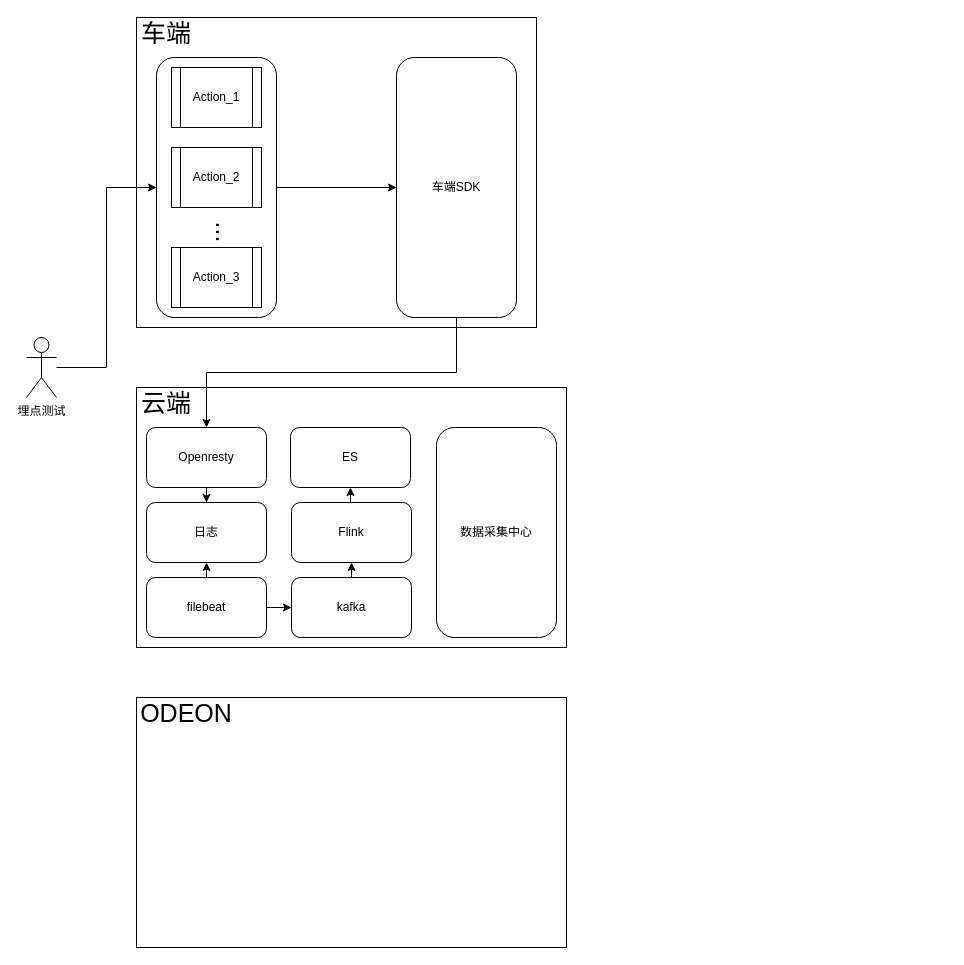
shaozc3g/draw_io keeps this draw.io diagram as 新版测试方案0-现状流程图.drawio. Above is the earlier version. Source tidied: cells renumbered, new cells numbered last; positions are measured from the earlier drawing's top-left corner, leaving out a move shared by most shapes. Both pictures are drawn from the tidied source at 100%, with x=0, y=0 at pixel (26, 17).
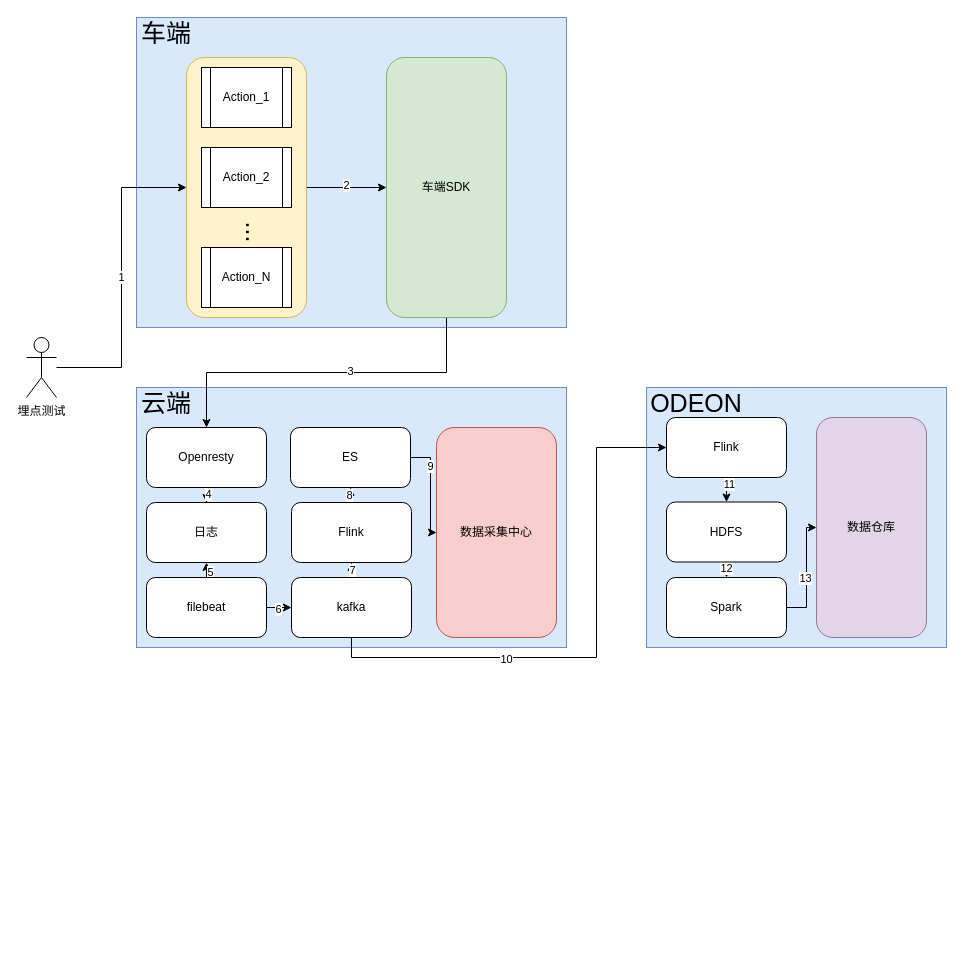
The same diagram, later.

Commit message (it also covers changes not shown here):
更新新版测试方案0-现状流程图.drawio

Unchanged cells that the change refers to:
```xml
<mxCell id="2" value="埋点测试" style="shape=umlActor;verticalLabelPosition=bottom;verticalAlign=top;html=1;outlineConnect=0;" parent="1" vertex="1">
  <mxGeometry y="320" width="30" height="60" as="geometry" />
</mxCell>
<mxCell id="7" style="edgeStyle=orthogonalEdgeStyle;rounded=0;jettySize=auto;html=1;exitX=1;exitY=0.5;exitDx=0;exitDy=0;entryX=0;entryY=0.5;entryDx=0;entryDy=0;" parent="1" edge="1" source="8" target="15">
  <mxGeometry relative="1" as="geometry" />
</mxCell>
<mxCell id="14" style="edgeStyle=orthogonalEdgeStyle;rounded=0;jettySize=auto;html=1;exitX=0.5;exitY=1;exitDx=0;exitDy=0;entryX=0.5;entryY=0;entryDx=0;entryDy=0;" parent="1" edge="1" source="15" target="17">
  <mxGeometry relative="1" as="geometry" />
</mxCell>
<mxCell id="16" style="edgeStyle=orthogonalEdgeStyle;rounded=0;jettySize=auto;html=1;exitX=0.5;exitY=1;exitDx=0;exitDy=0;" parent="1" edge="1" source="17" target="18">
  <mxGeometry relative="1" as="geometry" />
</mxCell>
<mxCell id="19" style="edgeStyle=orthogonalEdgeStyle;rounded=0;jettySize=auto;html=1;exitX=0.5;exitY=0;exitDx=0;exitDy=0;entryX=0.5;entryY=1;entryDx=0;entryDy=0;" parent="1" edge="1" source="21" target="18">
  <mxGeometry relative="1" as="geometry" />
</mxCell>
<mxCell id="20" style="edgeStyle=orthogonalEdgeStyle;rounded=0;jettySize=auto;html=1;exitX=1;exitY=0.5;exitDx=0;exitDy=0;entryX=0;entryY=0.5;entryDx=0;entryDy=0;" parent="1" edge="1" source="21" target="23">
  <mxGeometry relative="1" as="geometry" />
</mxCell>
<mxCell id="22" style="edgeStyle=orthogonalEdgeStyle;rounded=0;jettySize=auto;html=1;exitX=0.5;exitY=0;exitDx=0;exitDy=0;entryX=0.5;entryY=1;entryDx=0;entryDy=0;" parent="1" edge="1" source="23" target="25">
  <mxGeometry relative="1" as="geometry" />
</mxCell>
<mxCell id="23" value="kafka" style="rounded=1;whiteSpace=wrap;html=1;" parent="1" vertex="1">
  <mxGeometry x="265" y="560" width="120" height="60" as="geometry" />
</mxCell>
<mxCell id="24" style="edgeStyle=orthogonalEdgeStyle;rounded=0;jettySize=auto;html=1;exitX=0.5;exitY=0;exitDx=0;exitDy=0;entryX=0.5;entryY=1;entryDx=0;entryDy=0;" parent="1" edge="1" source="25" target="26">
  <mxGeometry relative="1" as="geometry" />
</mxCell>
<mxCell id="26" value="ES" style="rounded=1;whiteSpace=wrap;html=1;" parent="1" vertex="1">
  <mxGeometry x="264" y="410" width="120" height="60" as="geometry" />
</mxCell>
```

Change to the diagram source:
```diff
@@
-    <mxCell id="3" style="rounded=0;whiteSpace=wrap;html=1;" parent="1" vertex="1">
-      <mxGeometry x="110" width="400" height="310" as="geometry" />
+    <mxCell id="3" style="rounded=0;whiteSpace=wrap;html=1;fillColor=#dae8fc;strokeColor=#6c8ebf;" parent="1" vertex="1">
+      <mxGeometry x="110" width="430" height="310" as="geometry" />
     </mxCell>
-    <mxCell id="4" style="rounded=0;whiteSpace=wrap;html=1;" parent="1" vertex="1">
+    <mxCell id="4" style="rounded=0;whiteSpace=wrap;html=1;fillColor=#dae8fc;strokeColor=#6c8ebf;" parent="1" vertex="1">
       <mxGeometry x="110" y="370" width="430" height="260" as="geometry" />
     </mxCell>
@@
+    <mxCell id="30" value="2" style="edgeLabel;html=1;align=center;verticalAlign=middle;" parent="7" vertex="1">
+      <mxGeometry x="-0.02" y="3" relative="1" as="geometry" />
+    </mxCell>
-    <mxCell id="8" style="rounded=1;whiteSpace=wrap;html=1;" parent="1" vertex="1">
-      <mxGeometry x="130" y="40" width="120" height="260" as="geometry" />
+    <mxCell id="8" style="rounded=1;whiteSpace=wrap;html=1;fillColor=#fff2cc;strokeColor=#d6b656;" parent="1" vertex="1">
+      <mxGeometry x="160" y="40" width="120" height="260" as="geometry" />
     </mxCell>
-    <mxCell id="9" style="edgeStyle=orthogonalEdgeStyle;rounded=0;jettySize=auto;html=1;entryX=0;entryY=0.5;entryDx=0;entryDy=0;" parent="1" edge="1" source="2" target="8">
+    <mxCell id="9" value="1" style="edgeStyle=orthogonalEdgeStyle;rounded=0;jettySize=auto;html=1;entryX=0;entryY=0.5;entryDx=0;entryDy=0;" parent="1" edge="1" source="2" target="8">
       <mxGeometry relative="1" as="geometry" />
     </mxCell>
     <mxCell id="10" value="Action_1" style="shape=process;whiteSpace=wrap;html=1;backgroundOutline=1;" parent="1" vertex="1">
-      <mxGeometry x="145" y="50" width="90" height="60" as="geometry" />
+      <mxGeometry x="175" y="50" width="90" height="60" as="geometry" />
     </mxCell>
     <mxCell id="11" value="Action_2" style="shape=process;whiteSpace=wrap;html=1;backgroundOutline=1;" parent="1" vertex="1">
-      <mxGeometry x="145" y="130" width="90" height="60" as="geometry" />
+      <mxGeometry x="175" y="130" width="90" height="60" as="geometry" />
     </mxCell>
-    <mxCell id="12" value="Action_3" style="shape=process;whiteSpace=wrap;html=1;backgroundOutline=1;" parent="1" vertex="1">
-      <mxGeometry x="145" y="230" width="90" height="60" as="geometry" />
+    <mxCell id="12" value="Action_N" style="shape=process;whiteSpace=wrap;html=1;backgroundOutline=1;" parent="1" vertex="1">
+      <mxGeometry x="175" y="230" width="90" height="60" as="geometry" />
     </mxCell>
     <mxCell id="13" value="..." style="text;html=1;align=center;verticalAlign=middle;whiteSpace=wrap;rounded=0;rotation=90;fontSize=25;" parent="1" vertex="1">
-      <mxGeometry x="170" y="200" width="60" height="30" as="geometry" />
+      <mxGeometry x="200" y="200" width="60" height="30" as="geometry" />
     </mxCell>
@@
+    <mxCell id="31" value="3" style="edgeLabel;html=1;align=center;verticalAlign=middle;" parent="14" vertex="1">
+      <mxGeometry x="-0.13" y="-2" relative="1" as="geometry" />
+    </mxCell>
-    <mxCell id="15" value="车端SDK" style="rounded=1;whiteSpace=wrap;html=1;" parent="1" vertex="1">
-      <mxGeometry x="370" y="40" width="120" height="260" as="geometry" />
+    <mxCell id="15" value="车端SDK" style="rounded=1;whiteSpace=wrap;html=1;fillColor=#d5e8d4;strokeColor=#82b366;" parent="1" vertex="1">
+      <mxGeometry x="360" y="40" width="120" height="260" as="geometry" />
     </mxCell>
@@
+    <mxCell id="32" value="4" style="edgeLabel;html=1;align=center;verticalAlign=middle;" parent="16" vertex="1">
+      <mxGeometry x="0.72" y="1" relative="1" as="geometry" />
+    </mxCell>
@@
+    <mxCell id="33" value="5" style="edgeLabel;html=1;align=center;verticalAlign=middle;" parent="19" vertex="1">
+      <mxGeometry x="-0.2" y="-3" relative="1" as="geometry" />
+    </mxCell>
@@
+    <mxCell id="34" value="6" style="edgeLabel;html=1;align=center;verticalAlign=middle;" parent="20" vertex="1">
+      <mxGeometry x="-0.12" y="-1" relative="1" as="geometry" />
+    </mxCell>
@@
+    <mxCell id="35" value="7" style="edgeLabel;html=1;align=center;verticalAlign=middle;" parent="22" vertex="1">
+      <mxGeometry x="0.07" relative="1" as="geometry" />
+    </mxCell>
@@
+    <mxCell id="36" value="8" style="edgeLabel;html=1;align=center;verticalAlign=middle;" parent="24" vertex="1">
+      <mxGeometry x="0.12" y="2" relative="1" as="geometry" />
+    </mxCell>
@@
+    <mxCell id="37" style="edgeStyle=orthogonalEdgeStyle;rounded=0;jettySize=auto;html=1;exitX=1;exitY=0.5;exitDx=0;exitDy=0;entryX=0;entryY=0.5;entryDx=0;entryDy=0;" parent="1" edge="1" source="26" target="27">
+      <mxGeometry relative="1" as="geometry">
+        <Array as="points">
+          <mxPoint x="404" y="440" />
+          <mxPoint x="404" y="515" />
+        </Array>
+      </mxGeometry>
+    </mxCell>
+    <mxCell id="38" value="9" style="edgeLabel;html=1;align=center;verticalAlign=middle;" parent="37" vertex="1">
+      <mxGeometry x="-0.45" y="-1" relative="1" as="geometry" />
+    </mxCell>
@@
-    <mxCell id="27" value="数据采集中心" style="rounded=1;whiteSpace=wrap;html=1;" parent="1" vertex="1">
+    <mxCell id="27" value="数据采集中心" style="rounded=1;whiteSpace=wrap;html=1;fillColor=#f8cecc;strokeColor=#b85450;" parent="1" vertex="1">
       <mxGeometry x="410" y="410" width="120" height="210" as="geometry" />
     </mxCell>
-    <mxCell id="28" style="rounded=0;whiteSpace=wrap;html=1;" parent="1" vertex="1">
-      <mxGeometry x="110" y="680" width="430" height="250" as="geometry" />
+    <mxCell id="28" style="rounded=0;whiteSpace=wrap;html=1;fillColor=#dae8fc;strokeColor=#6c8ebf;" parent="1" vertex="1">
+      <mxGeometry x="620" y="370" width="300" height="260" as="geometry" />
     </mxCell>
     <mxCell id="29" value="ODEON" style="text;html=1;align=center;verticalAlign=middle;whiteSpace=wrap;rounded=0;fontSize=25;" parent="1" vertex="1">
-      <mxGeometry x="130" y="680" width="60" height="30" as="geometry" />
+      <mxGeometry x="640" y="370" width="60" height="30" as="geometry" />
     </mxCell>
+    <mxCell id="39" style="edgeStyle=orthogonalEdgeStyle;rounded=0;jettySize=auto;html=1;exitX=0.5;exitY=1;exitDx=0;exitDy=0;entryX=0.5;entryY=0;entryDx=0;entryDy=0;" parent="1" edge="1" source="41" target="46">
+      <mxGeometry relative="1" as="geometry" />
+    </mxCell>
+    <mxCell id="40" value="11" style="edgeLabel;html=1;align=center;verticalAlign=middle;" parent="39" vertex="1">
+      <mxGeometry x="-0.51" y="2" relative="1" as="geometry" />
+    </mxCell>
+    <mxCell id="41" value="Flink" style="rounded=1;whiteSpace=wrap;html=1;" parent="1" vertex="1">
+      <mxGeometry x="640" y="400" width="120" height="60" as="geometry" />
+    </mxCell>
+    <mxCell id="42" style="edgeStyle=orthogonalEdgeStyle;rounded=0;jettySize=auto;html=1;exitX=0.5;exitY=1;exitDx=0;exitDy=0;entryX=0;entryY=0.5;entryDx=0;entryDy=0;" parent="1" edge="1" source="23" target="41">
+      <mxGeometry relative="1" as="geometry">
+        <Array as="points">
+          <mxPoint x="325" y="640" />
+          <mxPoint x="570" y="640" />
+          <mxPoint x="570" y="430" />
+        </Array>
+      </mxGeometry>
+    </mxCell>
+    <mxCell id="43" value="10" style="edgeLabel;html=1;align=center;verticalAlign=middle;" parent="42" vertex="1">
+      <mxGeometry x="-0.36" y="-1" relative="1" as="geometry" />
+    </mxCell>
+    <mxCell id="44" style="edgeStyle=orthogonalEdgeStyle;rounded=0;jettySize=auto;html=1;exitX=0.5;exitY=1;exitDx=0;exitDy=0;entryX=0.5;entryY=0;entryDx=0;entryDy=0;" parent="1" edge="1" source="46" target="49">
+      <mxGeometry relative="1" as="geometry" />
+    </mxCell>
+    <mxCell id="45" value="12" style="edgeLabel;html=1;align=center;verticalAlign=middle;" parent="44" vertex="1">
+      <mxGeometry x="-0.29" y="-1" relative="1" as="geometry" />
+    </mxCell>
+    <mxCell id="46" value="HDFS" style="rounded=1;whiteSpace=wrap;html=1;" parent="1" vertex="1">
+      <mxGeometry x="640" y="484.5" width="120" height="60" as="geometry" />
+    </mxCell>
+    <mxCell id="47" style="edgeStyle=orthogonalEdgeStyle;rounded=0;jettySize=auto;html=1;exitX=1;exitY=0.5;exitDx=0;exitDy=0;entryX=0;entryY=0.5;entryDx=0;entryDy=0;" parent="1" edge="1" source="49" target="50">
+      <mxGeometry relative="1" as="geometry">
+        <Array as="points">
+          <mxPoint x="780" y="590" />
+          <mxPoint x="780" y="510" />
+        </Array>
+      </mxGeometry>
+    </mxCell>
+    <mxCell id="48" value="13" style="edgeLabel;html=1;align=center;verticalAlign=middle;" parent="47" vertex="1">
+      <mxGeometry x="-0.09" y="2" relative="1" as="geometry" />
+    </mxCell>
+    <mxCell id="49" value="Spark" style="rounded=1;whiteSpace=wrap;html=1;" parent="1" vertex="1">
+      <mxGeometry x="640" y="560" width="120" height="60" as="geometry" />
+    </mxCell>
+    <mxCell id="50" value="数据仓库" style="rounded=1;whiteSpace=wrap;html=1;fillColor=#e1d5e7;strokeColor=#9673a6;" parent="1" vertex="1">
+      <mxGeometry x="790" y="400" width="110" height="220" as="geometry" />
+    </mxCell>
```
